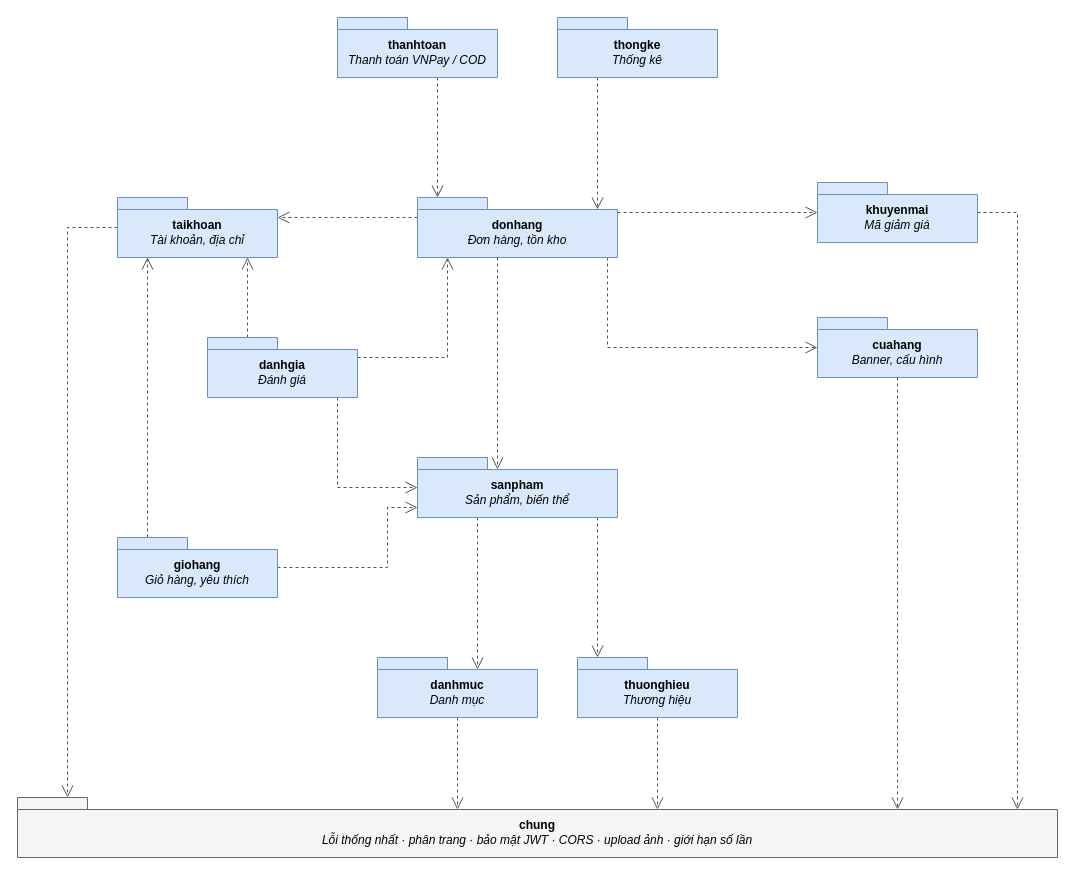
Above: docs/thiet-ke/03_so_do_goi.drawio in phdinh254/TechGear (draw.io), before the change. Source tidied: cells renumbered, new cells numbered last; positions are measured from the earlier drawing's top-left corner, leaving out a move shared by most shapes. Both pictures are drawn from the tidied source at 100%, with x=0, y=0 at pixel (17, 17).
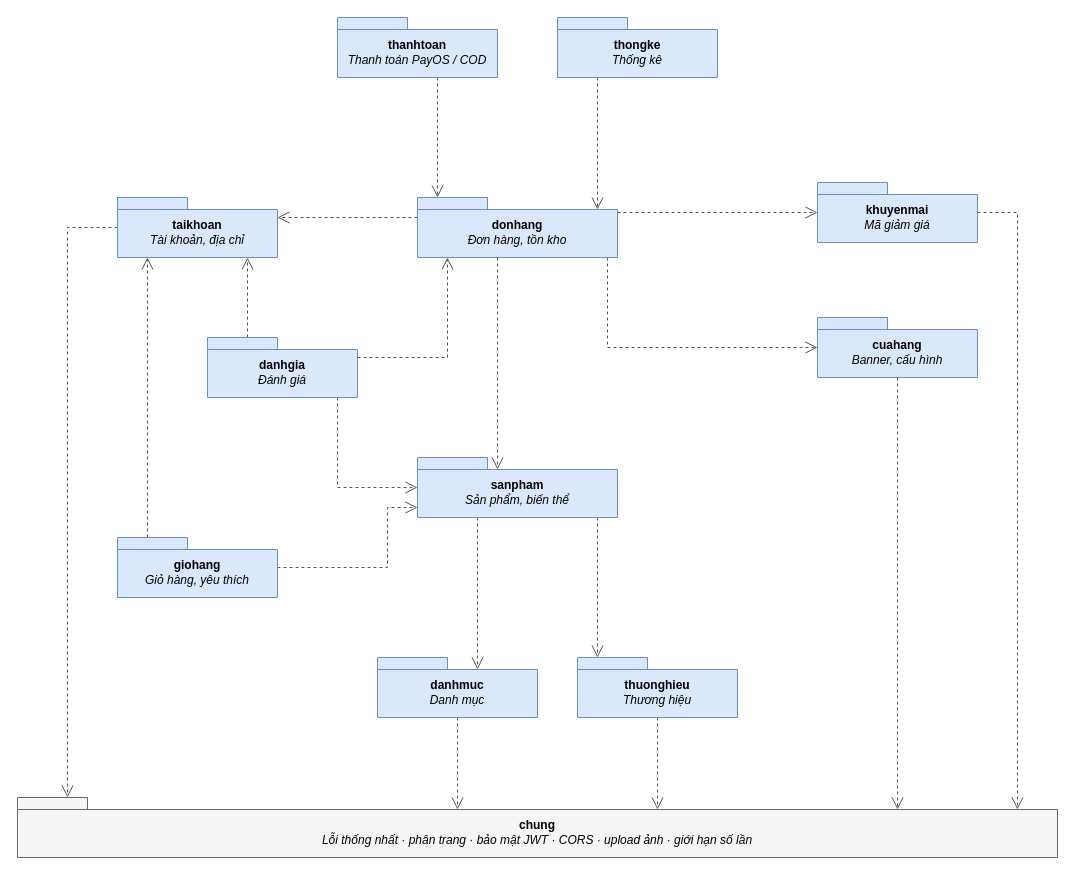
After the change.

The edit, as a diff of the source:
```diff
@@
-    <mxCell id="20" value="&lt;b&gt;thanhtoan&lt;/b&gt;&lt;br&gt;&lt;i&gt;Thanh toán VNPay / COD&lt;/i&gt;" style="shape=folder;tabWidth=70;tabHeight=12;tabPosition=left;html=1;whiteSpace=wrap;fontSize=12;fontStyle=0;spacingTop=10;fillColor=#dae8fc;strokeColor=#6c8ebf;" parent="1" vertex="1">
+    <mxCell id="20" value="&lt;b&gt;thanhtoan&lt;/b&gt;&lt;br&gt;&lt;i&gt;Thanh toán PayOS / COD&lt;/i&gt;" style="shape=folder;tabWidth=70;tabHeight=12;tabPosition=left;html=1;whiteSpace=wrap;fontSize=12;fontStyle=0;spacingTop=10;fillColor=#dae8fc;strokeColor=#6c8ebf;" parent="1" vertex="1">
       <mxGeometry x="320" width="160" height="60" as="geometry" />
     </mxCell>
```
